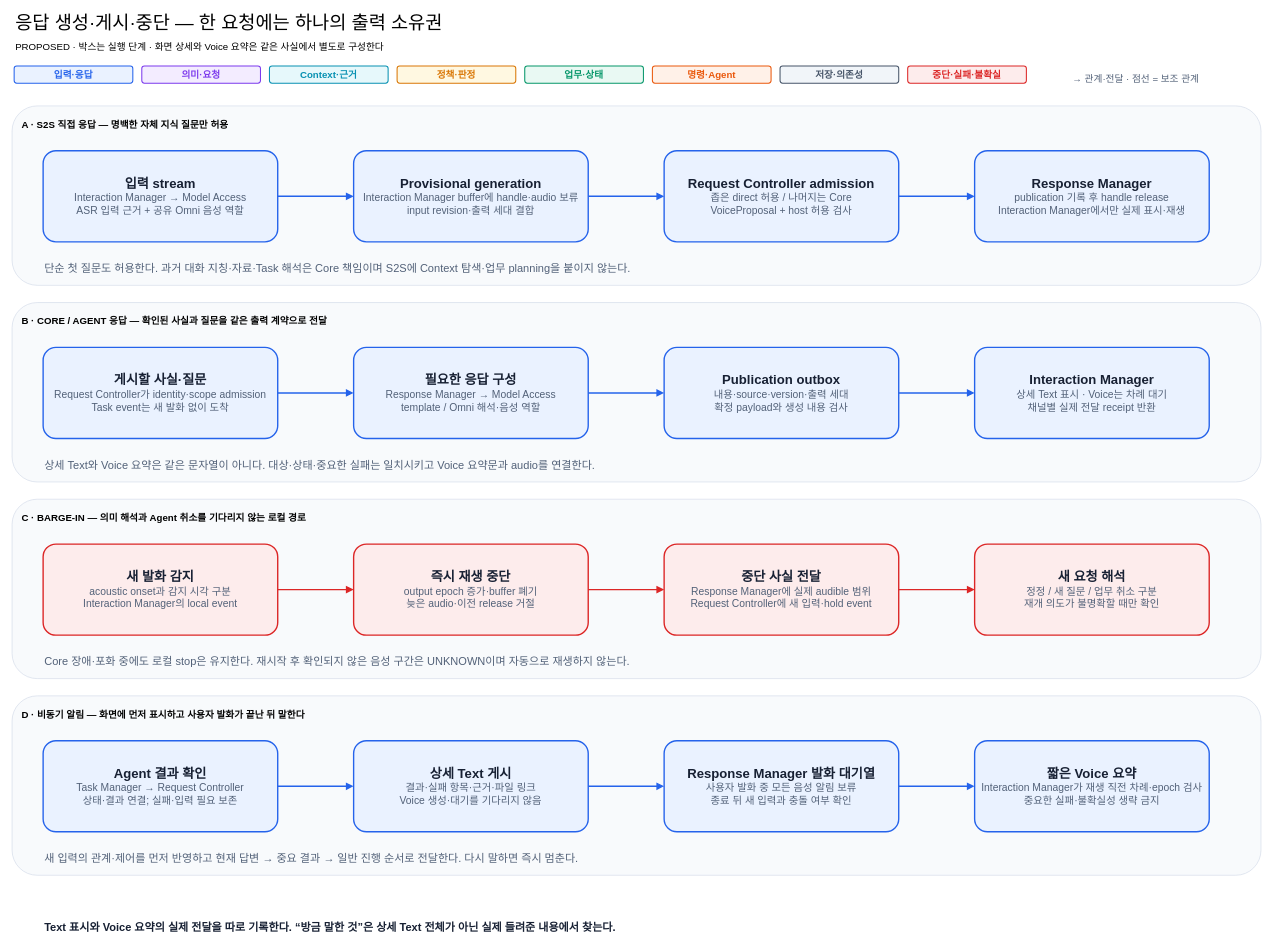
cbyche/via-sw-architecture keeps this draw.io diagram as docs/architecture/12-decisions/target-architecture/diagrams/08-response-and-interruption.drawio. Above is the earlier version. Source tidied: cells renumbered, new cells numbered last; positions are measured from the earlier drawing's top-left corner, leaving out a move shared by most shapes. Both pictures are drawn from the tidied source at 69%, with x=0, y=0 at pixel (12, 12).
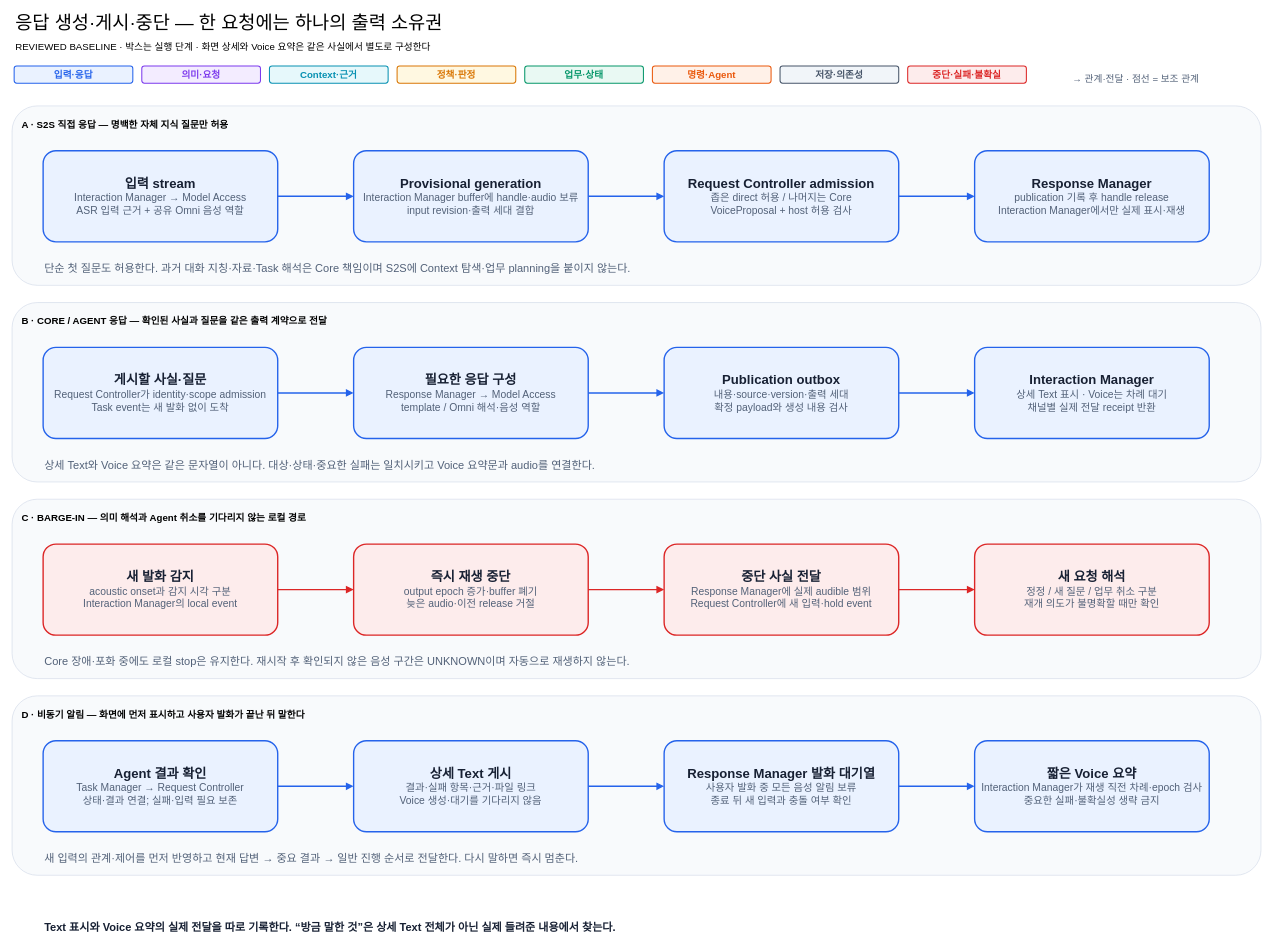
Above is the later version.

Diff of the diagram source:
```diff
@@
-    <mxCell id="49" value="PROPOSED · 박스는 실행 단계 · 화면 상세와 Voice 요약은 같은 사실에서 별도로 구성한다" style="text;html=1;align=left;verticalAlign=middle;strokeColor=none;fillColor=none;fontSize=14;" parent="1" vertex="1">
+    <mxCell id="49" value="REVIEWED BASELINE · 박스는 실행 단계 · 화면 상세와 Voice 요약은 같은 사실에서 별도로 구성한다" style="text;html=1;align=left;verticalAlign=middle;strokeColor=none;fillColor=none;fontSize=14;" parent="1" vertex="1">
       <mxGeometry x="3" y="34" width="1804" height="30" as="geometry" />
     </mxCell>
```
